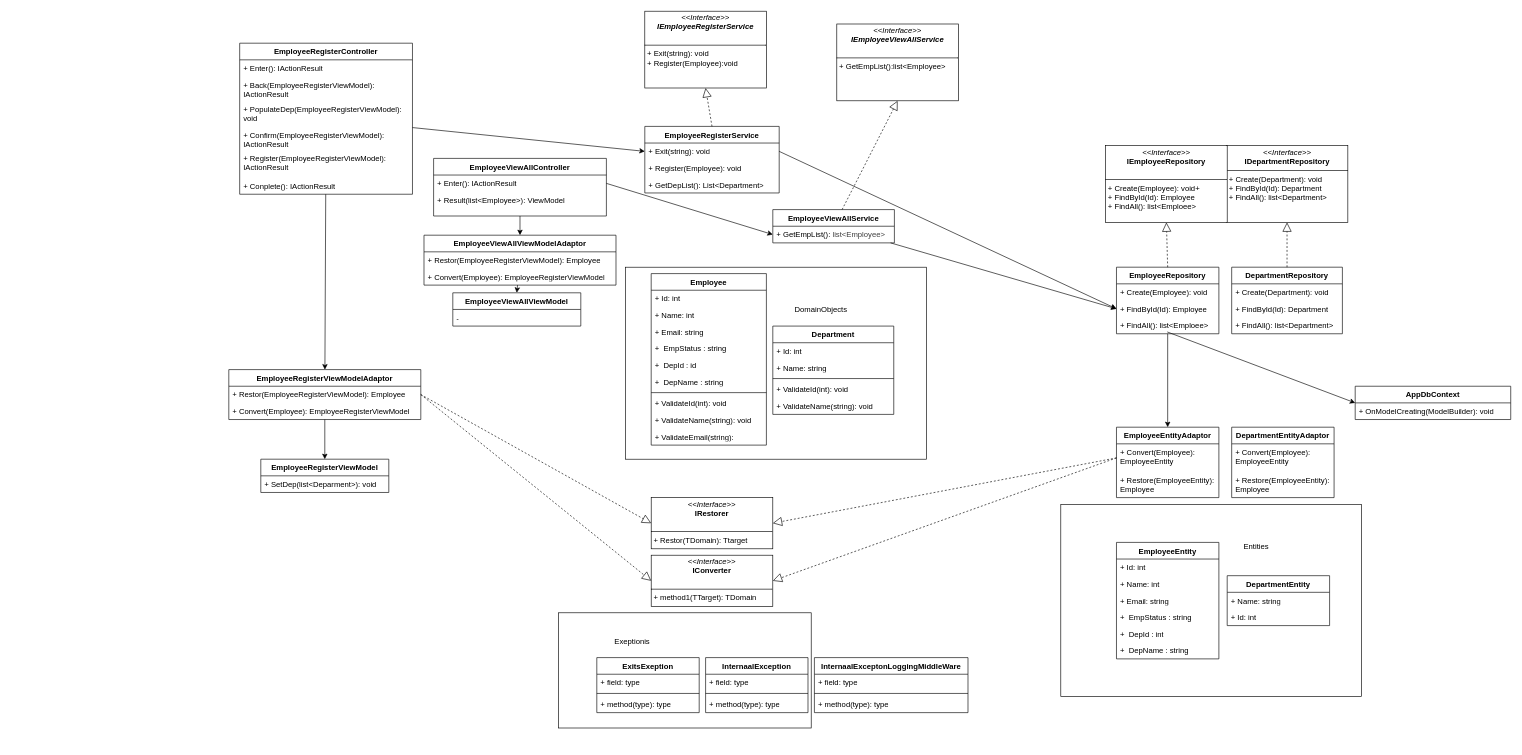
Above: page "Employee" (1 of 2) of docs/02_design/Class_figure.dio in Keiichiro-Murayama/csharp_training_202605 (draw.io), before the change. Source tidied: cells renumbered, new cells numbered last; positions are measured from the earlier drawing's top-left corner, leaving out a move shared by most shapes. Both pictures are drawn from the tidied source at 64%, with x=0, y=0 at pixel (228, 11).
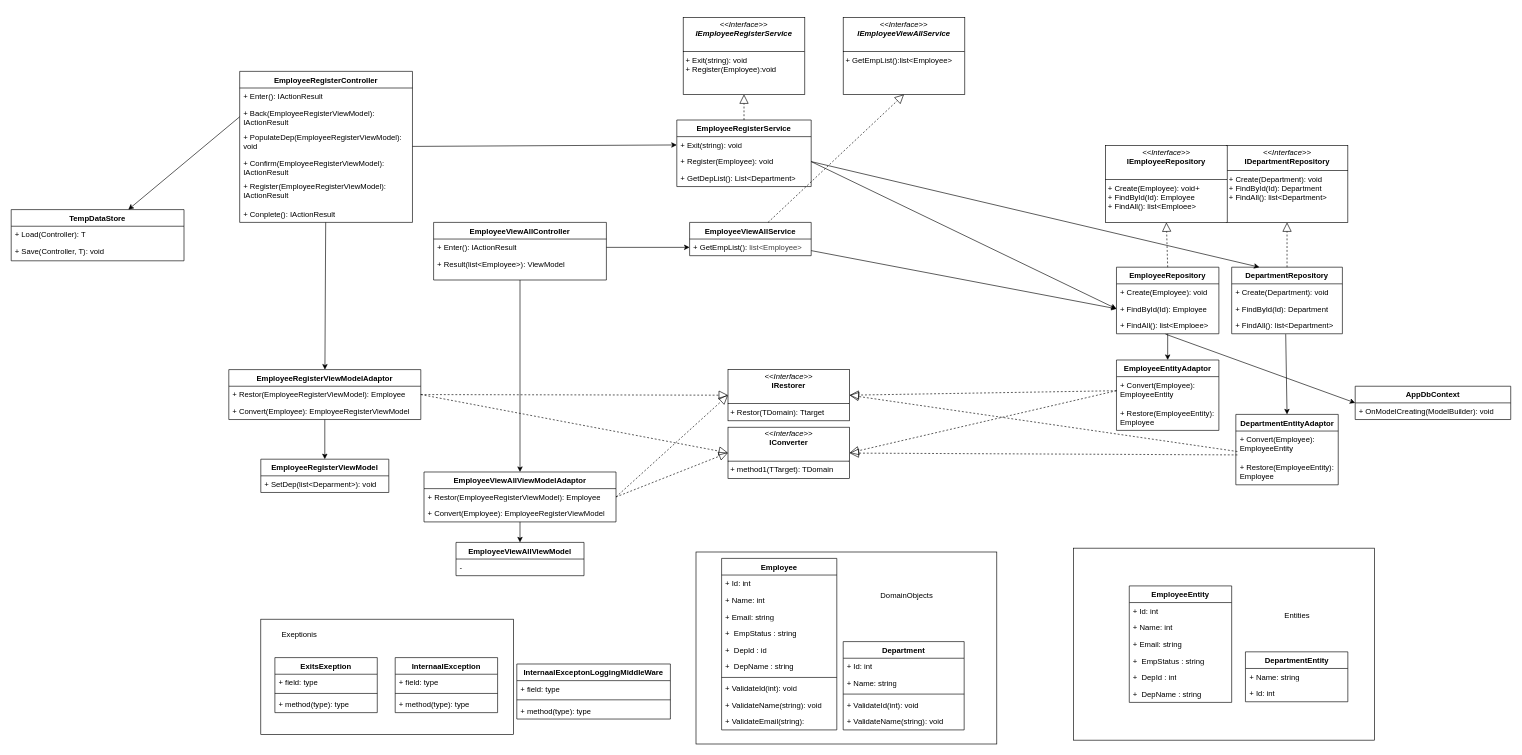
The same diagram, later.

Unchanged cells that the change refers to:
```xml
<mxCell id="18" value="+ Convert(Employee): EmployeeEntity" style="text;strokeColor=none;fillColor=none;align=left;verticalAlign=top;spacingLeft=4;spacingRight=4;overflow=hidden;points=[[0,0.5],[1,0.5]];portConstraint=eastwest;whiteSpace=wrap;html=1;" parent="17" vertex="1">
  <mxGeometry y="26" width="160" height="44" as="geometry" />
</mxCell>
<mxCell id="41" value="+ Exit(string): void" style="text;strokeColor=none;fillColor=none;align=left;verticalAlign=top;spacingLeft=4;spacingRight=4;overflow=hidden;points=[[0,0.5],[1,0.5]];portConstraint=eastwest;whiteSpace=wrap;html=1;" parent="40" vertex="1">
  <mxGeometry y="26" width="210" height="26" as="geometry" />
</mxCell>
<mxCell id="42" value="+ Register(Employee): void" style="text;strokeColor=none;fillColor=none;align=left;verticalAlign=top;spacingLeft=4;spacingRight=4;overflow=hidden;points=[[0,0.5],[1,0.5]];portConstraint=eastwest;whiteSpace=wrap;html=1;" parent="40" vertex="1">
  <mxGeometry y="52" width="210" height="26" as="geometry" />
</mxCell>
<mxCell id="47" value="+ FindById(Id): Employee" style="text;strokeColor=none;fillColor=none;align=left;verticalAlign=top;spacingLeft=4;spacingRight=4;overflow=hidden;points=[[0,0.5],[1,0.5]];portConstraint=eastwest;whiteSpace=wrap;html=1;" parent="45" vertex="1">
  <mxGeometry y="52" width="160" height="26" as="geometry" />
</mxCell>
<mxCell id="48" value="+ FindAll(): list&amp;lt;Emploee&amp;gt;" style="text;strokeColor=none;fillColor=none;align=left;verticalAlign=top;spacingLeft=4;spacingRight=4;overflow=hidden;points=[[0,0.5],[1,0.5]];portConstraint=eastwest;whiteSpace=wrap;html=1;" parent="45" vertex="1">
  <mxGeometry y="78" width="160" height="26" as="geometry" />
</mxCell>
<mxCell id="49" value="DepartmentRepository" style="swimlane;fontStyle=1;align=center;verticalAlign=top;horizontal=1;startSize=26;whiteSpace=wrap;html=1;" parent="1" vertex="1">
  <mxGeometry x="1567" y="400" width="173" height="104" as="geometry" />
</mxCell>
<mxCell id="52" value="+ FindAll(): list&amp;lt;Department&amp;gt;" style="text;strokeColor=none;fillColor=none;align=left;verticalAlign=top;spacingLeft=4;spacingRight=4;overflow=hidden;points=[[0,0.5],[1,0.5]];portConstraint=eastwest;whiteSpace=wrap;html=1;" parent="49" vertex="1">
  <mxGeometry y="78" width="173" height="26" as="geometry" />
</mxCell>
<mxCell id="53" value="AppDbContext" style="swimlane;fontStyle=1;align=center;verticalAlign=top;horizontal=1;startSize=26;whiteSpace=wrap;html=1;" parent="1" vertex="1">
  <mxGeometry x="1760" y="586" width="243" height="52" as="geometry" />
</mxCell>
<mxCell id="64" value="+ Back(&lt;span style=&quot;color: rgb(0, 0, 0);&quot;&gt;EmployeeRegisterViewModel&lt;/span&gt;): IActionResult" style="text;strokeColor=none;fillColor=none;align=left;verticalAlign=top;spacingLeft=4;spacingRight=4;overflow=hidden;points=[[0,0.5],[1,0.5]];portConstraint=eastwest;whiteSpace=wrap;html=1;" parent="62" vertex="1">
  <mxGeometry y="52" width="270" height="38" as="geometry" />
</mxCell>
<mxCell id="106" value="+ Restor(EmployeeRegisterViewModel): Employee" style="text;strokeColor=none;fillColor=none;align=left;verticalAlign=top;spacingLeft=4;spacingRight=4;overflow=hidden;points=[[0,0.5],[1,0.5]];portConstraint=eastwest;whiteSpace=wrap;html=1;" parent="105" vertex="1">
  <mxGeometry y="26" width="300" height="26" as="geometry" />
</mxCell>
```

Diff of the diagram source:
```diff
@@
     <mxCell id="2" style="whiteSpace=wrap;html=1;" parent="1" vertex="1">
-      <mxGeometry x="515" y="940" width="395" height="180" as="geometry" />
+      <mxGeometry x="50" y="950" width="395" height="180" as="geometry" />
     </mxCell>
     <mxCell id="3" value="Exeptionis" style="text;html=1;align=center;verticalAlign=middle;strokeColor=none;fillColor=none;" parent="1" vertex="1">
-      <mxGeometry x="590" y="970" width="80" height="30" as="geometry" />
+      <mxGeometry x="70" y="960" width="80" height="30" as="geometry" />
     </mxCell>
     <mxCell id="4" style="whiteSpace=wrap;html=1;" parent="1" vertex="1">
-      <mxGeometry x="1300" y="771" width="470" height="300" as="geometry" />
+      <mxGeometry x="1320" y="839" width="470" height="300" as="geometry" />
     </mxCell>
     <mxCell id="5" value="Entities" style="text;html=1;align=center;verticalAlign=middle;strokeColor=none;fillColor=none;" parent="1" vertex="1">
-      <mxGeometry x="1575" y="822" width="60" height="30" as="geometry" />
+      <mxGeometry x="1638.5" y="930" width="60" height="30" as="geometry" />
     </mxCell>
     <mxCell id="6" style="whiteSpace=wrap;html=1;" parent="1" vertex="1">
-      <mxGeometry x="620" y="400" width="470" height="300" as="geometry" />
+      <mxGeometry x="730" y="845" width="470" height="300" as="geometry" />
     </mxCell>
     <mxCell id="7" value="DepartmentEntity" style="swimlane;fontStyle=1;align=center;verticalAlign=top;horizontal=1;startSize=26;whiteSpace=wrap;html=1;" parent="1" vertex="1">
-      <mxGeometry x="1560" y="882" width="160" height="78" as="geometry" />
+      <mxGeometry x="1588.5" y="1001" width="160" height="78" as="geometry" />
     </mxCell>
@@
     <mxCell id="10" value="EmployeeEntity" style="swimlane;fontStyle=1;align=center;verticalAlign=top;horizontal=1;startSize=26;whiteSpace=wrap;html=1;" parent="1" vertex="1">
-      <mxGeometry x="1387" y="830" width="160" height="182" as="geometry" />
+      <mxGeometry x="1407" y="898" width="160" height="182" as="geometry" />
     </mxCell>
@@
     <mxCell id="17" value="DepartmentEntityAdaptor" style="swimlane;fontStyle=1;align=center;verticalAlign=top;horizontal=1;startSize=26;whiteSpace=wrap;html=1;" parent="1" vertex="1">
-      <mxGeometry x="1567" y="650" width="160" height="110" as="geometry" />
+      <mxGeometry x="1573.5" y="630" width="160" height="110" as="geometry" />
     </mxCell>
@@
     <mxCell id="20" value="EmployeeEntityAdaptor" style="swimlane;fontStyle=1;align=center;verticalAlign=top;horizontal=1;startSize=26;whiteSpace=wrap;html=1;" parent="1" vertex="1">
-      <mxGeometry x="1387" y="650" width="160" height="110" as="geometry" />
+      <mxGeometry x="1387" y="545" width="160" height="110" as="geometry" />
     </mxCell>
@@
     <mxCell id="23" value="Employee" style="swimlane;fontStyle=1;align=center;verticalAlign=top;horizontal=1;startSize=26;whiteSpace=wrap;html=1;" parent="1" vertex="1">
-      <mxGeometry x="660" y="410" width="180" height="268" as="geometry" />
+      <mxGeometry x="770" y="855" width="180" height="268" as="geometry" />
     </mxCell>
@@
     <mxCell id="34" value="Department" style="swimlane;fontStyle=1;align=center;verticalAlign=top;horizontal=1;startSize=26;whiteSpace=wrap;html=1;" parent="1" vertex="1">
-      <mxGeometry x="850" y="492" width="189" height="138" as="geometry" />
+      <mxGeometry x="960" y="985" width="189" height="138" as="geometry" />
     </mxCell>
@@
     <mxCell id="40" value="EmployeeRegisterService" style="swimlane;fontStyle=1;align=center;verticalAlign=top;horizontal=1;startSize=26;whiteSpace=wrap;html=1;" parent="1" vertex="1">
-      <mxGeometry x="650" y="180" width="210" height="104" as="geometry" />
+      <mxGeometry x="700" y="170" width="210" height="104" as="geometry" />
     </mxCell>
@@
     <mxCell id="62" value="EmployeeRegisterController" style="swimlane;fontStyle=1;align=center;verticalAlign=top;horizontal=1;startSize=26;whiteSpace=wrap;html=1;" parent="1" vertex="1">
-      <mxGeometry x="17" y="50" width="270" height="236" as="geometry" />
+      <mxGeometry x="17" y="94" width="270" height="236" as="geometry" />
     </mxCell>
@@
     <mxCell id="69" value="&lt;p style=&quot;margin:0px;margin-top:4px;text-align:center;&quot;&gt;&lt;i&gt;&amp;lt;&amp;lt;Interface&amp;gt;&amp;gt;&lt;/i&gt;&lt;br&gt;&lt;b&gt;IConverter&lt;/b&gt;&lt;/p&gt;&lt;p style=&quot;margin:0px;margin-left:4px;&quot;&gt;&lt;br&gt;&lt;/p&gt;&lt;hr size=&quot;1&quot; style=&quot;border-style:solid;&quot;&gt;&lt;p style=&quot;margin:0px;margin-left:4px;&quot;&gt;+ method1(TTarget): TDomain&lt;br&gt;&lt;/p&gt;" style="verticalAlign=top;align=left;overflow=fill;html=1;whiteSpace=wrap;" parent="1" vertex="1">
-      <mxGeometry x="660" y="850" width="190" height="80" as="geometry" />
+      <mxGeometry x="780" y="650" width="190" height="80" as="geometry" />
     </mxCell>
     <mxCell id="70" value="&lt;p style=&quot;margin:0px;margin-top:4px;text-align:center;&quot;&gt;&lt;i&gt;&amp;lt;&amp;lt;Interface&amp;gt;&amp;gt;&lt;/i&gt;&lt;br&gt;&lt;b&gt;IRestorer&lt;/b&gt;&lt;/p&gt;&lt;p style=&quot;margin:0px;margin-left:4px;&quot;&gt;&lt;br&gt;&lt;/p&gt;&lt;hr size=&quot;1&quot; style=&quot;border-style:solid;&quot;&gt;&lt;p style=&quot;margin:0px;margin-left:4px;&quot;&gt;+ Restor(TDomain): Ttarget&lt;span style=&quot;color: rgb(63, 63, 63); background-color: transparent;&quot;&gt;&amp;nbsp;&lt;/span&gt;&lt;/p&gt;" style="verticalAlign=top;align=left;overflow=fill;html=1;whiteSpace=wrap;" parent="1" vertex="1">
-      <mxGeometry x="660" y="760" width="190" height="80" as="geometry" />
+      <mxGeometry x="780" y="560" width="190" height="80" as="geometry" />
     </mxCell>
@@
     <mxCell id="72" value="&lt;p style=&quot;margin:0px;margin-top:4px;text-align:center;&quot;&gt;&lt;i&gt;&amp;lt;&amp;lt;Interface&amp;gt;&amp;gt;&lt;/i&gt;&lt;br&gt;&lt;span style=&quot;font-weight: 700; background-color: transparent;&quot;&gt;&lt;i&gt;I&lt;font color=&quot;#000000&quot;&gt;EmployeeRegisterService&lt;/font&gt;&lt;/i&gt;&lt;/span&gt;&lt;/p&gt;&lt;p style=&quot;margin:0px;margin-left:4px;&quot;&gt;&lt;br&gt;&lt;/p&gt;&lt;hr size=&quot;1&quot; style=&quot;border-style:solid;&quot;&gt;&lt;p style=&quot;margin:0px;margin-left:4px;&quot;&gt;+ Exit(string): void&lt;/p&gt;&lt;p style=&quot;margin:0px;margin-left:4px;&quot;&gt;+ Register(Employee):void&lt;/p&gt;" style="verticalAlign=top;align=left;overflow=fill;html=1;whiteSpace=wrap;" parent="1" vertex="1">
-      <mxGeometry x="650" width="190" height="120" as="geometry" />
+      <mxGeometry x="710" y="10" width="190" height="120" as="geometry" />
     </mxCell>
@@
     <mxCell id="75" value="ExitsExeption" style="swimlane;fontStyle=1;align=center;verticalAlign=top;horizontal=1;startSize=26;whiteSpace=wrap;html=1;" parent="1" vertex="1">
-      <mxGeometry x="575" y="1010" width="160" height="86" as="geometry" />
+      <mxGeometry x="72" y="1010" width="160" height="86" as="geometry" />
     </mxCell>
@@
     <mxCell id="79" value="InternaalException" style="swimlane;fontStyle=1;align=center;verticalAlign=top;horizontal=1;startSize=26;whiteSpace=wrap;html=1;" parent="1" vertex="1">
-      <mxGeometry x="745" y="1010" width="160" height="86" as="geometry" />
+      <mxGeometry x="260" y="1010" width="160" height="86" as="geometry" />
     </mxCell>
@@
     <mxCell id="83" value="InternaalExceptonLoggingMiddleWare" style="swimlane;fontStyle=1;align=center;verticalAlign=top;horizontal=1;startSize=26;whiteSpace=wrap;html=1;" parent="1" vertex="1">
-      <mxGeometry x="915" y="1010" width="240" height="86" as="geometry" />
+      <mxGeometry x="450" y="1020" width="240" height="86" as="geometry" />
     </mxCell>
@@
-    <mxCell id="88" style="edgeStyle=none;html=1;exitX=1;exitY=0.5;exitDx=0;exitDy=0;entryX=0;entryY=0.5;entryDx=0;entryDy=0;" parent="1" edge="1" source="41" target="47">
+    <mxCell id="88" style="edgeStyle=none;html=1;exitX=1;exitY=0.5;exitDx=0;exitDy=0;entryX=0;entryY=0.5;entryDx=0;entryDy=0;" parent="1" edge="1" source="42" target="47">
       <mxGeometry relative="1" as="geometry" />
     </mxCell>
@@
     <mxCell id="96" value="EmployeeViewAllController" style="swimlane;fontStyle=1;align=center;verticalAlign=top;horizontal=1;startSize=26;whiteSpace=wrap;html=1;" parent="1" vertex="1">
-      <mxGeometry x="320" y="230" width="270" height="90" as="geometry" />
+      <mxGeometry x="320" y="330" width="270" height="90" as="geometry" />
     </mxCell>
@@
     <mxCell id="100" value="EmployeeViewAllService" style="swimlane;fontStyle=1;align=center;verticalAlign=top;horizontal=1;startSize=26;whiteSpace=wrap;html=1;" parent="1" vertex="1">
-      <mxGeometry x="850" y="310" width="190" height="52" as="geometry" />
+      <mxGeometry x="720" y="330" width="190" height="52" as="geometry" />
     </mxCell>
@@
     <mxCell id="102" value="&lt;p style=&quot;margin:0px;margin-top:4px;text-align:center;&quot;&gt;&lt;i&gt;&amp;lt;&amp;lt;Interface&amp;gt;&amp;gt;&lt;/i&gt;&lt;br&gt;&lt;span style=&quot;font-weight: 700; background-color: transparent;&quot;&gt;&lt;i&gt;I&lt;font color=&quot;#000000&quot;&gt;EmployeeViewAllService&lt;/font&gt;&lt;/i&gt;&lt;/span&gt;&lt;/p&gt;&lt;p style=&quot;margin:0px;margin-left:4px;&quot;&gt;&lt;br&gt;&lt;/p&gt;&lt;hr size=&quot;1&quot; style=&quot;border-style:solid;&quot;&gt;&lt;p style=&quot;margin:0px;margin-left:4px;&quot;&gt;+ GetEmpList():list&amp;lt;Employee&amp;gt;&lt;/p&gt;" style="verticalAlign=top;align=left;overflow=fill;html=1;whiteSpace=wrap;" parent="1" vertex="1">
-      <mxGeometry x="950" y="20" width="190" height="120" as="geometry" />
+      <mxGeometry x="960" y="10" width="190" height="120" as="geometry" />
     </mxCell>
@@
     <mxCell id="105" value="EmployeeViewAllViewModelAdaptor" style="swimlane;fontStyle=1;align=center;verticalAlign=top;horizontal=1;startSize=26;whiteSpace=wrap;html=1;" parent="1" vertex="1">
-      <mxGeometry x="305" y="350" width="300" height="78" as="geometry" />
+      <mxGeometry x="305" y="720" width="300" height="78" as="geometry" />
     </mxCell>
@@
     <mxCell id="108" value="EmployeeViewAllViewModel" style="swimlane;fontStyle=1;align=center;verticalAlign=top;horizontal=1;startSize=26;whiteSpace=wrap;html=1;" parent="1" vertex="1">
-      <mxGeometry x="350" y="440" width="200" height="52" as="geometry" />
+      <mxGeometry x="355" y="830" width="200" height="52" as="geometry" />
     </mxCell>
@@
-    <mxCell id="110" style="edgeStyle=none;html=1;entryX=0;entryY=0.5;entryDx=0;entryDy=0;exitX=0.496;exitY=0.891;exitDx=0;exitDy=0;exitPerimeter=0;" parent="1" edge="1" source="48" target="53">
+    <mxCell id="110" style="edgeStyle=none;html=1;entryX=0;entryY=0.5;entryDx=0;entryDy=0;exitX=0.479;exitY=1.024;exitDx=0;exitDy=0;exitPerimeter=0;" parent="1" edge="1" source="48" target="53">
       <mxGeometry relative="1" as="geometry" />
     </mxCell>
@@
     <mxCell id="112" value="DomainObjects" style="text;html=1;align=center;verticalAlign=middle;strokeColor=none;fillColor=none;" parent="1" vertex="1">
-      <mxGeometry x="870" y="451" width="110" height="30" as="geometry" />
+      <mxGeometry x="1004" y="898" width="110" height="30" as="geometry" />
     </mxCell>
+    <mxCell id="113" style="edgeStyle=none;html=1;exitX=1;exitY=0.5;exitDx=0;exitDy=0;entryX=0.25;entryY=0;entryDx=0;entryDy=0;" parent="1" edge="1" source="42" target="49">
+      <mxGeometry relative="1" as="geometry" />
+    </mxCell>
+    <mxCell id="114" style="edgeStyle=none;html=1;entryX=0.5;entryY=0;entryDx=0;entryDy=0;exitX=0.488;exitY=1.024;exitDx=0;exitDy=0;exitPerimeter=0;" parent="1" edge="1" source="52" target="17">
+      <mxGeometry relative="1" as="geometry" />
+    </mxCell>
+    <mxCell id="115" style="endArrow=block;dashed=1;endFill=0;endSize=12;html=1;exitX=1;exitY=0.5;exitDx=0;exitDy=0;" parent="1" edge="1" source="106">
+      <mxGeometry relative="1" as="geometry">
+        <mxPoint x="780" y="690" as="targetPoint" />
+      </mxGeometry>
+    </mxCell>
+    <mxCell id="116" style="endArrow=block;dashed=1;endFill=0;endSize=12;html=1;exitX=1;exitY=0.5;exitDx=0;exitDy=0;" parent="1" edge="1" source="106">
+      <mxGeometry relative="1" as="geometry">
+        <mxPoint x="780" y="600" as="targetPoint" />
+      </mxGeometry>
+    </mxCell>
+    <mxCell id="117" style="endArrow=block;dashed=1;endFill=0;endSize=12;html=1;entryX=1;entryY=0.5;entryDx=0;entryDy=0;exitX=0.015;exitY=0.727;exitDx=0;exitDy=0;exitPerimeter=0;" parent="1" edge="1" source="18" target="70">
+      <mxGeometry relative="1" as="geometry" />
+    </mxCell>
+    <mxCell id="118" style="endArrow=block;dashed=1;endFill=0;endSize=12;html=1;exitX=0.015;exitY=0.848;exitDx=0;exitDy=0;exitPerimeter=0;" parent="1" edge="1" source="18" target="69">
+      <mxGeometry relative="1" as="geometry" />
+    </mxCell>
+    <mxCell id="119" value="TempDataStore" style="swimlane;fontStyle=1;align=center;verticalAlign=top;horizontal=1;startSize=26;whiteSpace=wrap;html=1;" parent="1" vertex="1">
+      <mxGeometry x="-340" y="310" width="270" height="80" as="geometry" />
+    </mxCell>
+    <mxCell id="120" value="+ Load(Controller): T" style="text;strokeColor=none;fillColor=none;align=left;verticalAlign=top;spacingLeft=4;spacingRight=4;overflow=hidden;whiteSpace=wrap;html=1;" parent="119" vertex="1">
+      <mxGeometry y="26" width="270" height="26" as="geometry" />
+    </mxCell>
+    <mxCell id="121" value="+ Save(Controller, T): void" style="text;strokeColor=none;fillColor=none;align=left;verticalAlign=top;spacingLeft=4;spacingRight=4;overflow=hidden;whiteSpace=wrap;html=1;" parent="119" vertex="1">
+      <mxGeometry y="52" width="270" height="28" as="geometry" />
+    </mxCell>
+    <mxCell id="122" style="edgeStyle=none;html=1;exitX=0;exitY=0.5;exitDx=0;exitDy=0;" parent="1" edge="1" source="64" target="119">
+      <mxGeometry relative="1" as="geometry" />
+    </mxCell>
```
